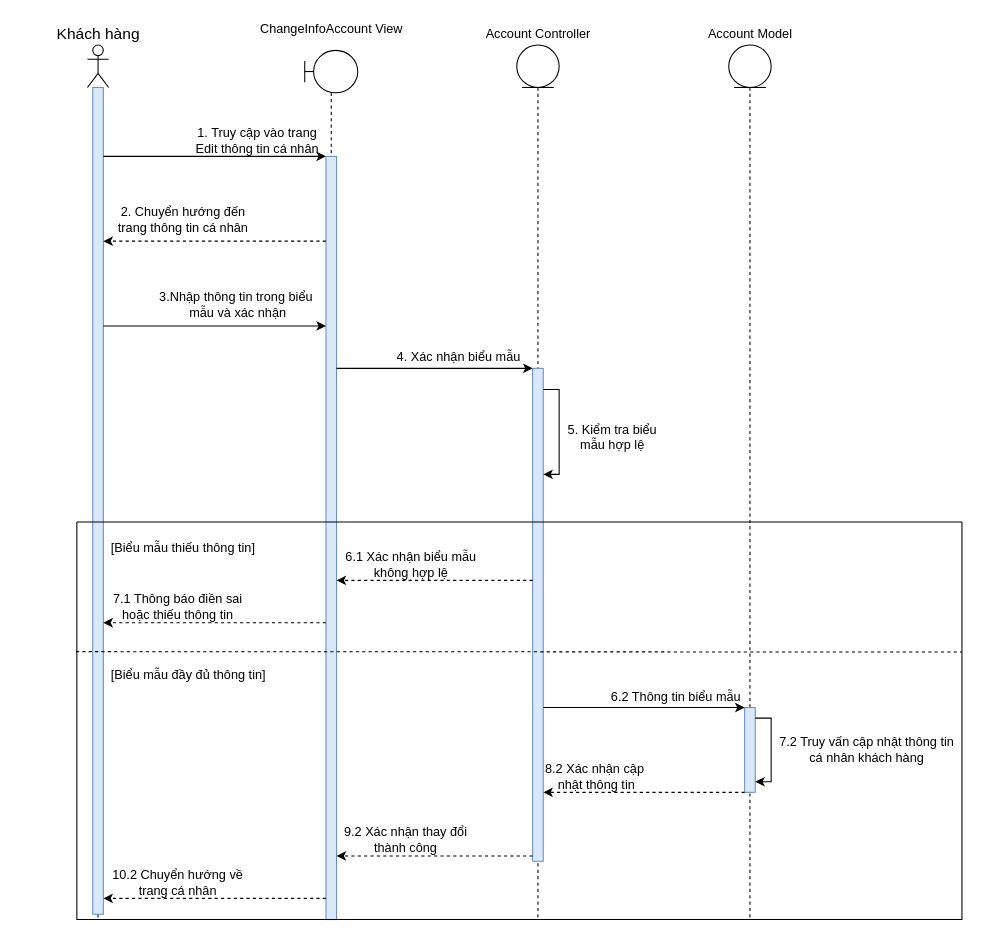
Before: Nam3_HK1/CNPM_SoftTech/Sequence Diagrams/Linh Quân/SD_ĐổiThôngTinCáNhân.drawio in EdgarIgnite16/SGU-Course, a draw.io diagram. Source tidied: cells renumbered, new cells numbered last; positions are measured from the earlier drawing's top-left corner, leaving out a move shared by most shapes. Both pictures are drawn from the tidied source at 106%, with x=0, y=0 at pixel (50, 18).
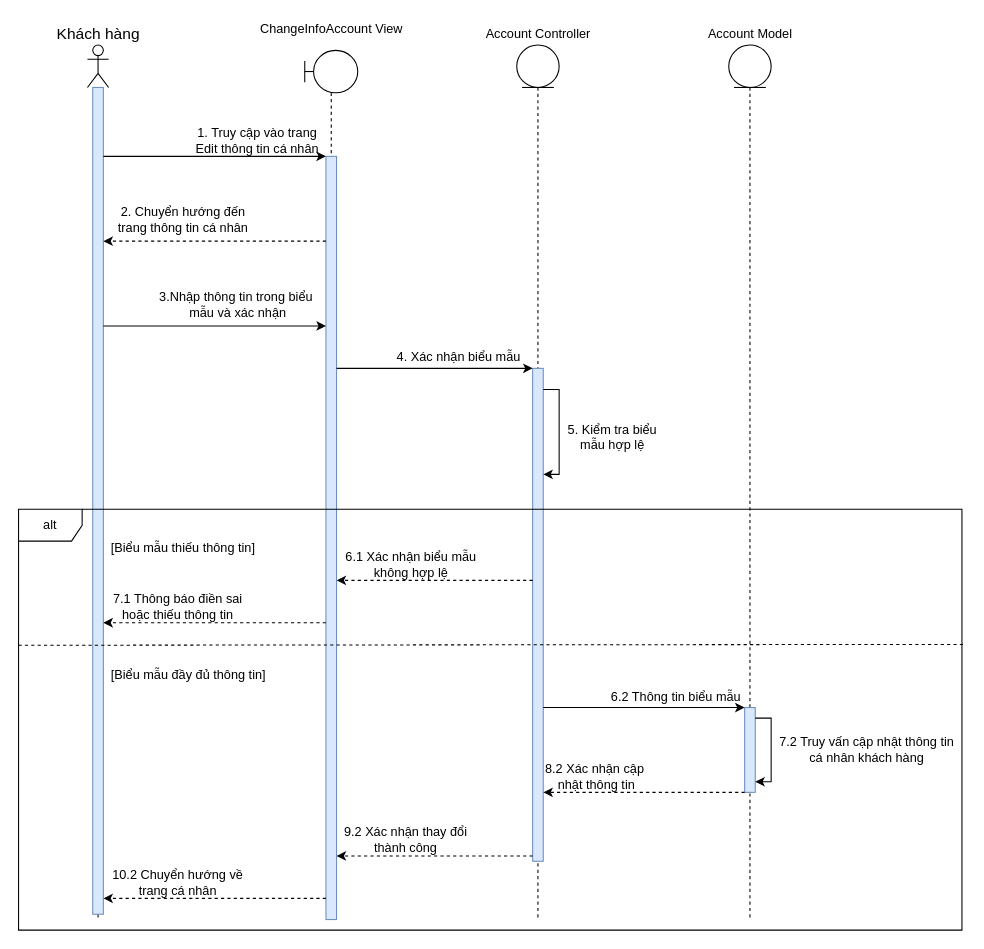
The same page after the edit.

Diff of the diagram source:
```diff
@@
-    <mxCell id="40" style="swimlane;startSize=0;" parent="1" vertex="1">
-      <mxGeometry x="25" y="475" width="835" height="375" as="geometry" />
-    </mxCell>
-    <mxCell id="41" style="endArrow=none;dashed=1;html=1;rounded=0;exitX=-0.001;exitY=0.326;exitDx=0;exitDy=0;exitPerimeter=0;entryX=1;entryY=0.327;entryDx=0;entryDy=0;entryPerimeter=0;" parent="1" edge="1" source="40" target="40">
-      <mxGeometry relative="1" as="geometry" />
-    </mxCell>
+    <mxCell id="42" value="alt" style="shape=umlFrame;whiteSpace=wrap;html=1;" parent="1" vertex="1">
+      <mxGeometry x="-30" y="463" width="890" height="397" as="geometry" />
+    </mxCell>
+    <mxCell id="43" style="endArrow=none;dashed=1;html=1;rounded=0;exitX=0;exitY=0.323;exitDx=0;exitDy=0;exitPerimeter=0;entryX=1.002;entryY=0.321;entryDx=0;entryDy=0;entryPerimeter=0;" parent="1" edge="1" source="42" target="42">
+      <mxGeometry relative="1" as="geometry" />
+    </mxCell>
```
